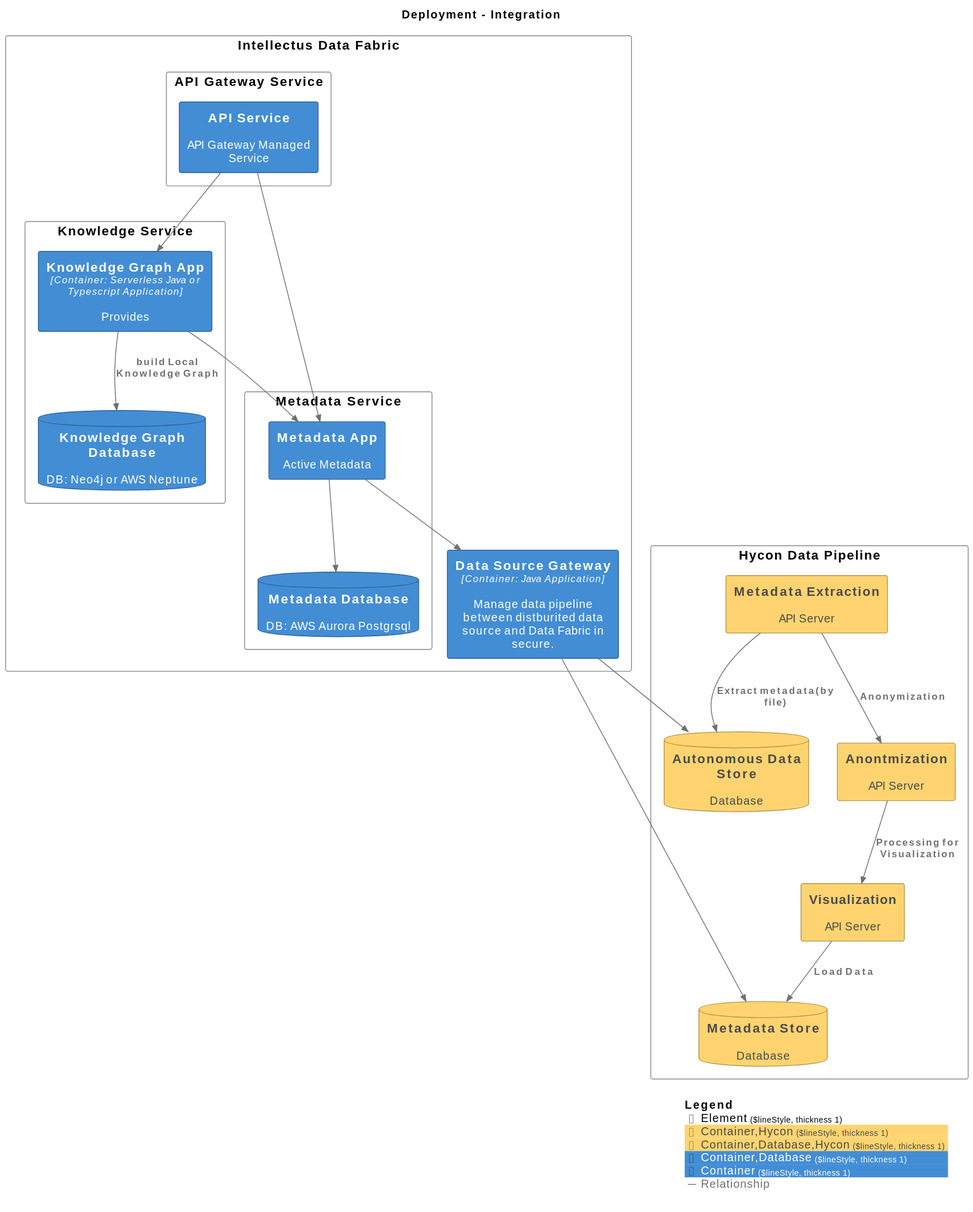
Before: master/svg/HeighLevelDesign.svg, a diagram exported from PlantUML (IntellectusCorp/edge-solution-docs). Its source is kept beside it as master/puml/HeighLevelDesign.puml.
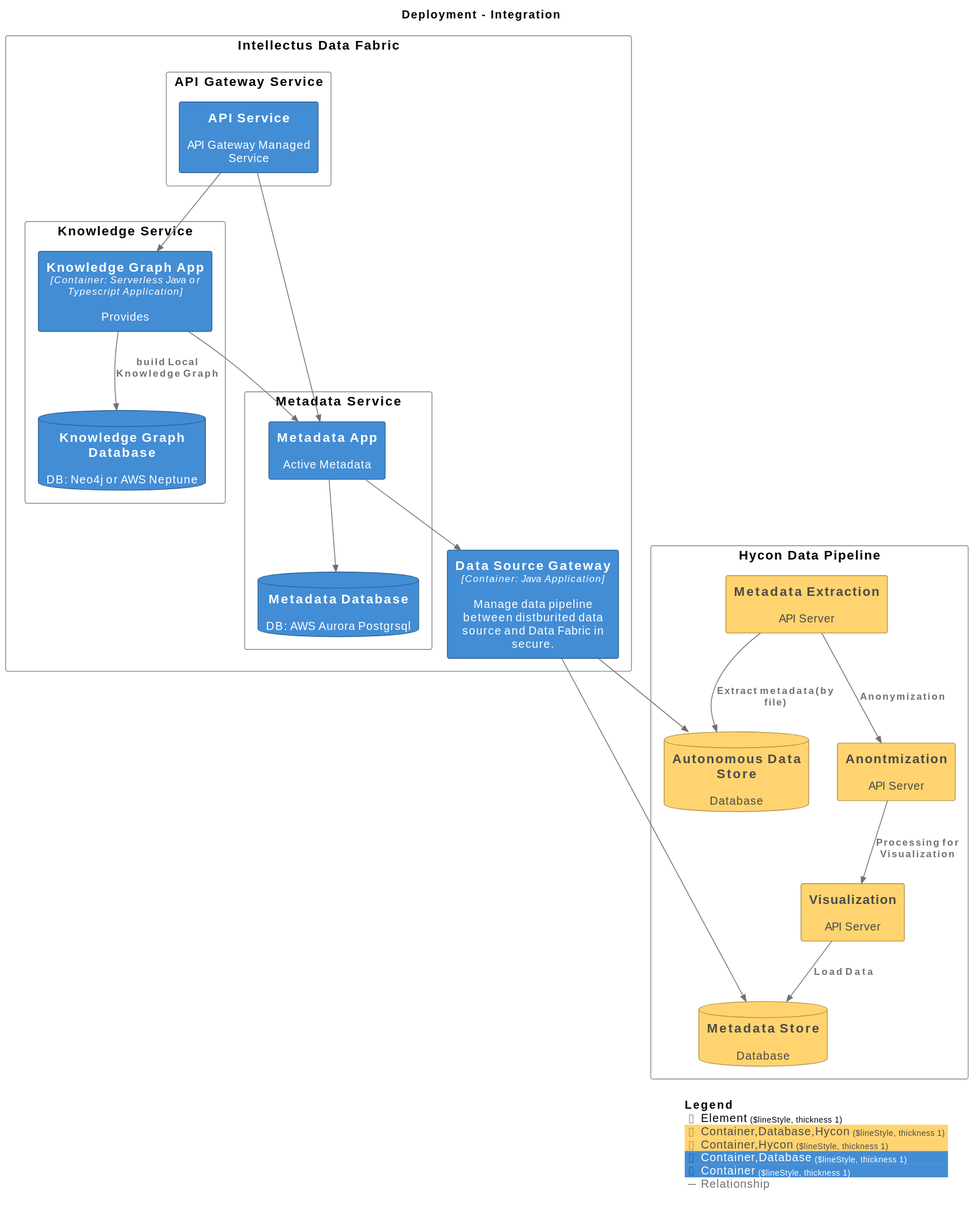
After the change.

Change to the diagram source:
```diff
@@ -10,8 +10,8 @@
 !include <C4/C4_Deployment>
 
 AddElementTag("Element", $bgColor="#ffffff", $borderColor="#888888", $fontColor="#000000", $sprite="", $shadowing="", $borderStyle="Solid", $borderThickness="1")
+AddElementTag("Container,Database,Hycon", $bgColor="#ffd470", $borderColor="#b2944e", $fontColor="#4a4a4a", $sprite="", $shadowing="", $borderStyle="Solid", $borderThickness="1")
 AddElementTag("Container,Hycon", $bgColor="#ffd470", $borderColor="#b2944e", $fontColor="#4a4a4a", $sprite="", $shadowing="", $borderStyle="Solid", $borderThickness="1")
-AddElementTag("Container,Database,Hycon", $bgColor="#ffd470", $borderColor="#b2944e", $fontColor="#4a4a4a", $sprite="", $shadowing="", $borderStyle="Solid", $borderThickness="1")
 AddElementTag("Container,Database", $bgColor="#438dd5", $borderColor="#2e6295", $fontColor="#ffffff", $sprite="", $shadowing="", $borderStyle="Solid", $borderThickness="1")
 AddElementTag("Container", $bgColor="#438dd5", $borderColor="#2e6295", $fontColor="#ffffff", $sprite="", $shadowing="", $borderStyle="Solid", $borderThickness="1")
 
@@ -50,10 +50,10 @@
 Rel(Integration.IntellectusDataFabric.APIGatewayService.APIService_1, Integration.IntellectusDataFabric.MetadataService.MetadataApp_1, "", $techn="", $tags="Relationship", $link="")
 Rel(Integration.HyconDataPipeline.MetadataExtraction_1, Integration.HyconDataPipeline.AutonomousDataStore_1, "Extract metadata(by file)", $techn="", $tags="Relationship", $link="")
 Rel(Integration.HyconDataPipeline.MetadataExtraction_1, Integration.HyconDataPipeline.Anontmization_1, "Anonymization", $techn="", $tags="Relationship", $link="")
+Rel(Integration.HyconDataPipeline.Anontmization_1, Integration.HyconDataPipeline.Visualization_1, "Processing for Visualization", $techn="", $tags="Relationship", $link="")
 Rel(Integration.HyconDataPipeline.Visualization_1, Integration.HyconDataPipeline.MetadataStore_1, "Load Data", $techn="", $tags="Relationship", $link="")
-Rel(Integration.HyconDataPipeline.Anontmization_1, Integration.HyconDataPipeline.Visualization_1, "Processing for Visualization", $techn="", $tags="Relationship", $link="")
+Rel(Integration.IntellectusDataFabric.DataSourceGateway_1, Integration.HyconDataPipeline.AutonomousDataStore_1, "", $techn="", $tags="Relationship", $link="")
 Rel(Integration.IntellectusDataFabric.DataSourceGateway_1, Integration.HyconDataPipeline.MetadataStore_1, "", $techn="", $tags="Relationship", $link="")
-Rel(Integration.IntellectusDataFabric.DataSourceGateway_1, Integration.HyconDataPipeline.AutonomousDataStore_1, "", $techn="", $tags="Relationship", $link="")
 Rel(Integration.IntellectusDataFabric.MetadataService.MetadataApp_1, Integration.IntellectusDataFabric.DataSourceGateway_1, "", $techn="", $tags="Relationship", $link="")
 
 SHOW_LEGEND(true)
```
